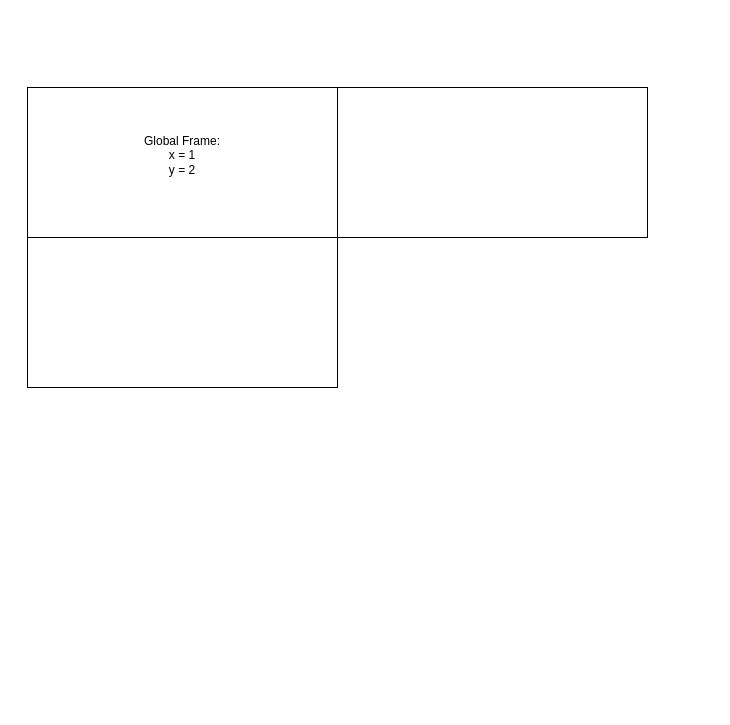
This is Untitled Diagram.drawio from DC202653/Denisha, a draw.io file, before an edit. Source tidied: cells renumbered, new cells numbered last; positions are measured from the earlier drawing's top-left corner, leaving out a move shared by most shapes. Both pictures are drawn from the tidied source at 100%, with x=0, y=0 at pixel (27, 87).
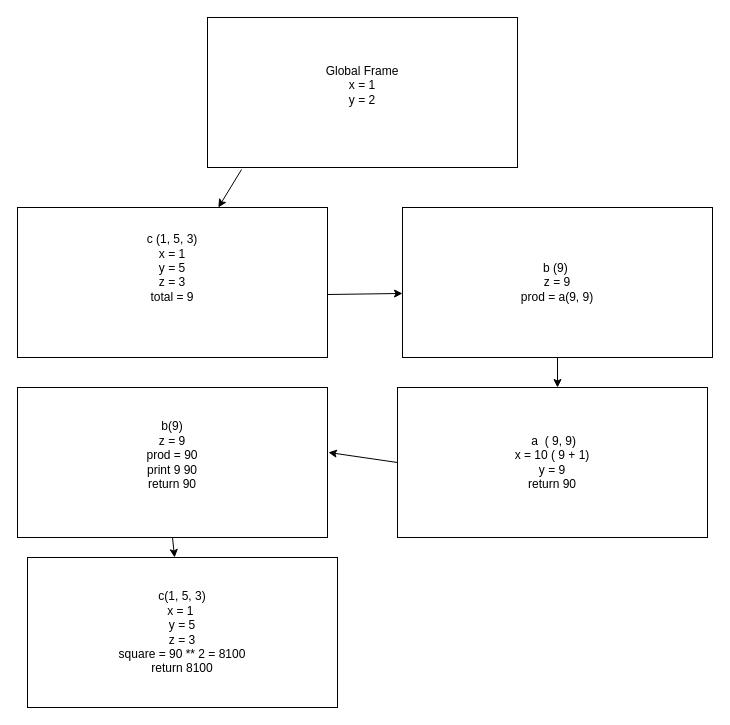
Above is the later version.

The edit, as a diff of the source:
```diff
@@
 <mxGraphModel>
   <root>
     <mxCell id="0" />
     <mxCell id="1" parent="0" />
-    <mxCell id="2" value="&lt;div&gt;Global Frame:&lt;/div&gt;&lt;div&gt;x = 1&lt;/div&gt;&lt;div&gt;y = 2&lt;/div&gt;&lt;div&gt;&lt;br&gt;&lt;/div&gt;" style="rounded=0;whiteSpace=wrap;html=1;" parent="1" vertex="1">
-      <mxGeometry width="310" height="150" as="geometry" />
+    <mxCell id="2" value="&lt;div&gt;Global Frame&lt;/div&gt;&lt;div&gt;x = 1&lt;/div&gt;&lt;div&gt;y = 2&lt;/div&gt;&lt;div&gt;&lt;br&gt;&lt;/div&gt;" style="rounded=0;whiteSpace=wrap;html=1;" parent="1" vertex="1">
+      <mxGeometry x="180" y="-70" width="310" height="150" as="geometry" />
     </mxCell>
-    <mxCell id="3" style="rounded=0;whiteSpace=wrap;html=1;" parent="1" vertex="1">
-      <mxGeometry y="150" width="310" height="150" as="geometry" />
+    <mxCell id="3" value="&amp;nbsp;c (1, 5, 3)&amp;nbsp;&lt;div&gt;x = 1&lt;/div&gt;&lt;div&gt;y = 5&lt;/div&gt;&lt;div&gt;z = 3&lt;/div&gt;&lt;div&gt;total = 9&lt;/div&gt;&lt;div&gt;&lt;br&gt;&lt;/div&gt;&lt;div&gt;&lt;br&gt;&lt;/div&gt;" style="rounded=0;whiteSpace=wrap;html=1;" parent="1" vertex="1">
+      <mxGeometry x="-10" y="120" width="310" height="150" as="geometry" />
     </mxCell>
-    <mxCell id="4" style="rounded=0;whiteSpace=wrap;html=1;" parent="1" vertex="1">
-      <mxGeometry x="310" width="310" height="150" as="geometry" />
+    <mxCell id="4" value="b (9)&amp;nbsp;&lt;br&gt;&lt;div&gt;&lt;div&gt;z = 9&lt;br&gt;&lt;/div&gt;&lt;div&gt;prod = a(9, 9)&lt;/div&gt;&lt;/div&gt;" style="rounded=0;whiteSpace=wrap;html=1;" parent="1" vertex="1">
+      <mxGeometry x="375" y="120" width="310" height="150" as="geometry" />
     </mxCell>
+    <mxCell id="5" style="endArrow=classic;html=1;rounded=0;exitX=0.11;exitY=1.013;exitDx=0;exitDy=0;exitPerimeter=0;" parent="1" edge="1" source="2" target="3">
+      <mxGeometry relative="1" as="geometry" />
+    </mxCell>
+    <mxCell id="6" style="endArrow=classic;html=1;rounded=0;exitX=1;exitY=0.58;exitDx=0;exitDy=0;exitPerimeter=0;entryX=0;entryY=0.573;entryDx=0;entryDy=0;entryPerimeter=0;" parent="1" edge="1" source="3" target="4">
+      <mxGeometry relative="1" as="geometry" />
+    </mxCell>
+    <mxCell id="7" value="&lt;div&gt;b(9)&lt;/div&gt;&lt;div&gt;z = 9&lt;/div&gt;&lt;div&gt;prod = 90&lt;/div&gt;&lt;div&gt;print 9 90&lt;/div&gt;&lt;div&gt;return 90&lt;/div&gt;&lt;div&gt;&lt;br&gt;&lt;/div&gt;" style="rounded=0;whiteSpace=wrap;html=1;" parent="1" vertex="1">
+      <mxGeometry x="-10" y="300" width="310" height="150" as="geometry" />
+    </mxCell>
+    <mxCell id="8" value="&amp;nbsp;a &amp;nbsp;( 9, 9)&lt;div&gt;x = 10 ( 9 + 1)&lt;/div&gt;&lt;div&gt;y = 9&lt;/div&gt;&lt;div&gt;return 90&lt;/div&gt;" style="rounded=0;whiteSpace=wrap;html=1;" parent="1" vertex="1">
+      <mxGeometry x="370" y="300" width="310" height="150" as="geometry" />
+    </mxCell>
+    <mxCell id="9" value="c(1, 5, 3)&lt;br&gt;&lt;div&gt;x = 1&amp;nbsp;&lt;/div&gt;&lt;div&gt;y = 5&lt;/div&gt;&lt;div&gt;z = 3&lt;/div&gt;&lt;div&gt;square = 90 ** 2 = 8100&lt;/div&gt;&lt;div&gt;return 8100&lt;/div&gt;" style="rounded=0;whiteSpace=wrap;html=1;" parent="1" vertex="1">
+      <mxGeometry y="470" width="310" height="150" as="geometry" />
+    </mxCell>
+    <mxCell id="10" style="endArrow=classic;html=1;rounded=0;exitX=0.5;exitY=1;exitDx=0;exitDy=0;" parent="1" edge="1" source="4">
+      <mxGeometry relative="1" as="geometry">
+        <mxPoint x="530" y="300" as="targetPoint" />
+      </mxGeometry>
+    </mxCell>
+    <mxCell id="11" style="endArrow=classic;html=1;rounded=0;exitX=0;exitY=0.5;exitDx=0;exitDy=0;entryX=1.003;entryY=0.433;entryDx=0;entryDy=0;entryPerimeter=0;" parent="1" edge="1" source="8" target="7">
+      <mxGeometry relative="1" as="geometry" />
+    </mxCell>
+    <mxCell id="12" style="endArrow=classic;html=1;rounded=0;exitX=0.5;exitY=1;exitDx=0;exitDy=0;" parent="1" edge="1" source="7" target="9">
+      <mxGeometry relative="1" as="geometry" />
+    </mxCell>
   </root>
 </mxGraphModel>
```
